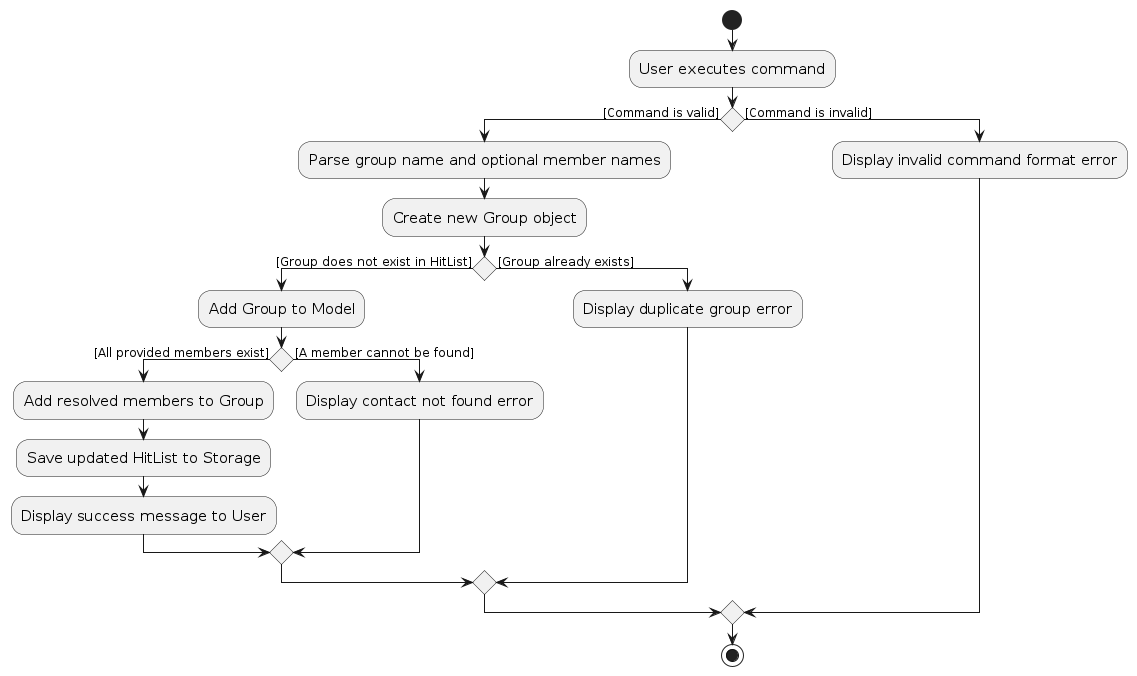
The PlantUML diagram diagrams/add-group/GroupAddActivityDiagram.png in AY2526S2-CS2103T-W11-2/tp, before a commit. Its source is kept beside it as diagrams/add-group/GroupAddActivityDiagram.puml.
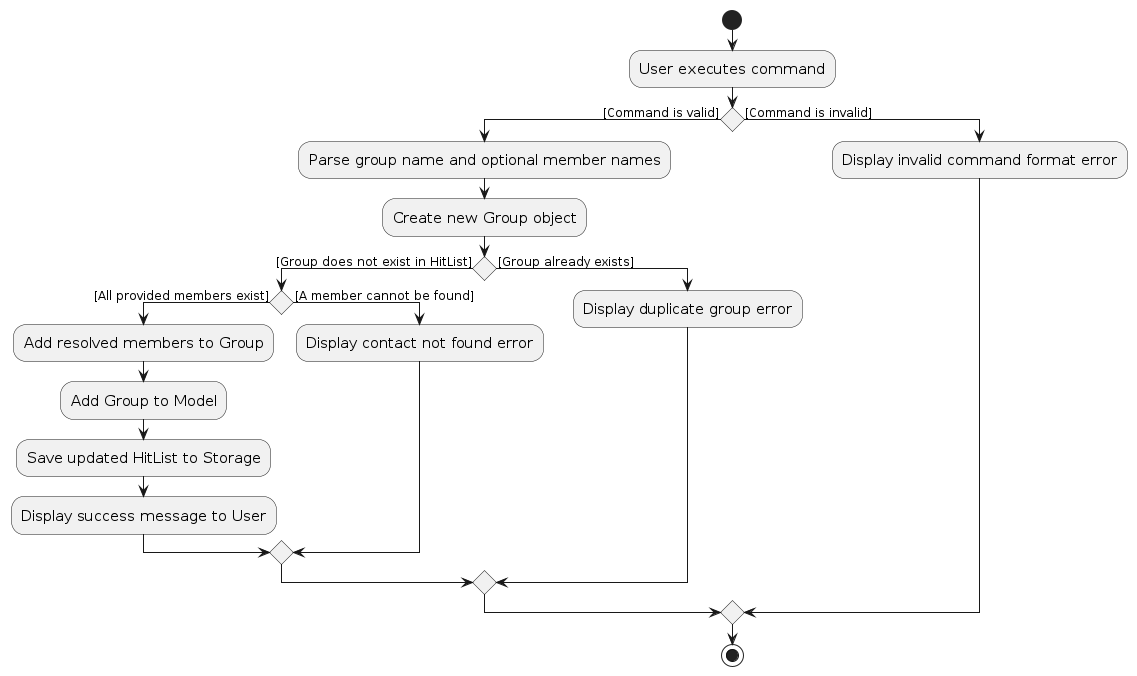
After the change.

The edit, as a diff of the source:
```diff
@@ -1,28 +1,35 @@
 @startuml
+
 skinparam ActivityFontSize 15
 skinparam ArrowFontSize 12
 
 start
+
 :User executes command;
 
 if () then ([Command is valid])
   :Parse group name and optional member names;
   :Create new Group object;
+
   if () then ([Group does not exist in HitList])
-    :Add Group to Model;
+
     if () then ([All provided members exist])
       :Add resolved members to Group;
+      :Add Group to Model;
       :Save updated HitList to Storage;
       :Display success message to User;
     else ([A member cannot be found])
       :Display contact not found error;
     endif
+
   else ([Group already exists])
     :Display duplicate group error;
   endif
+
 else ([Command is invalid])
   :Display invalid command format error;
 endif
 
 stop
+
 @enduml
```
